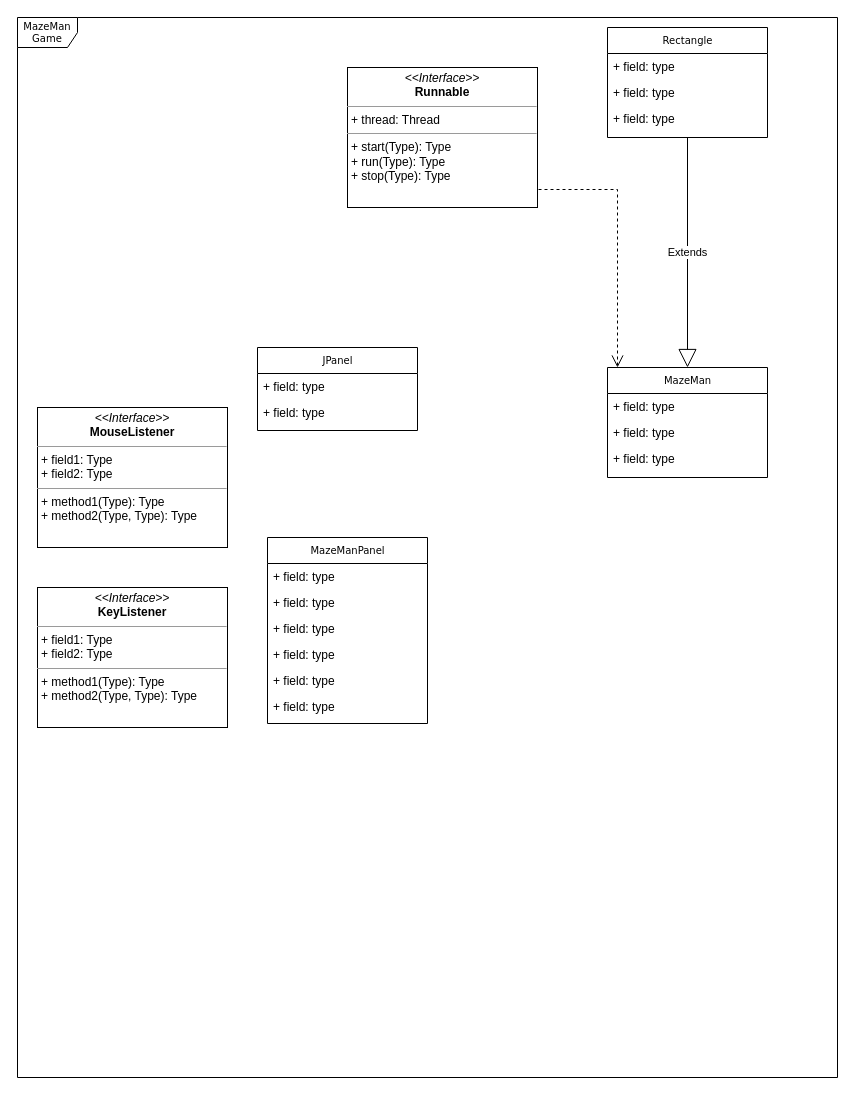
The draw.io diagram docs/PacManStart Diagram.drawio in reddign/emcs-database, before the edit. Source tidied: cells renumbered, new cells numbered last; positions are measured from the earlier drawing's top-left corner, leaving out a move shared by most shapes. Both pictures are drawn from the tidied source at 100%, with x=0, y=0 at pixel (17, 17).
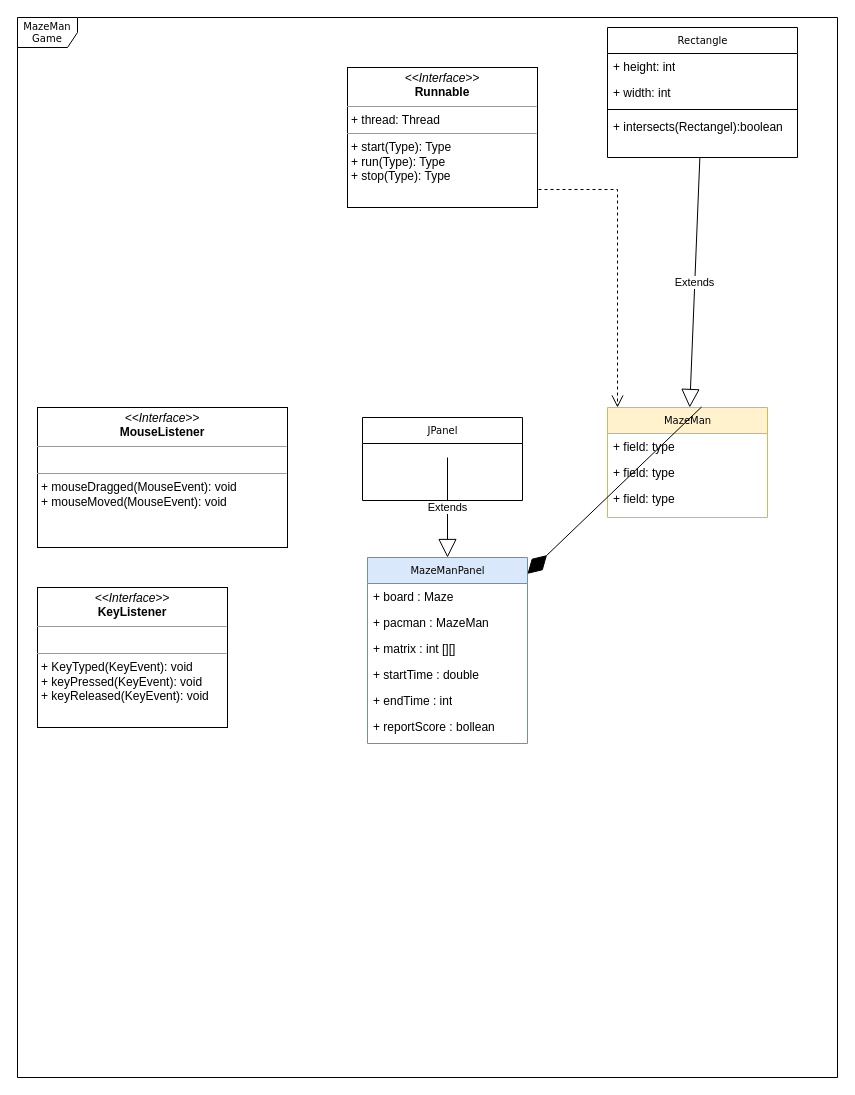
Above is the later version.

The edit, as a diff of the source:
```diff
@@
-    <mxCell id="3" value="MazeManPanel" style="swimlane;html=1;fontStyle=0;horizontal=1;startSize=26;fillColor=none;swimlaneFillColor=#ffffff;rounded=0;shadow=0;comic=0;labelBackgroundColor=none;strokeWidth=1;fontFamily=Verdana;fontSize=10;align=center;" parent="1" vertex="1">
-      <mxGeometry x="250" y="520" width="160" height="186" as="geometry" />
+    <mxCell id="3" value="MazeManPanel" style="swimlane;html=1;fontStyle=0;horizontal=1;startSize=26;fillColor=#dae8fc;swimlaneFillColor=#ffffff;rounded=0;shadow=0;comic=0;labelBackgroundColor=none;strokeWidth=1;fontFamily=Verdana;fontSize=10;align=center;strokeColor=#6c8ebf;" parent="1" vertex="1">
+      <mxGeometry x="350" y="540" width="160" height="186" as="geometry" />
     </mxCell>
-    <mxCell id="4" value="+ field: type" style="text;html=1;strokeColor=none;fillColor=none;align=left;verticalAlign=top;spacingLeft=4;spacingRight=4;whiteSpace=wrap;overflow=hidden;" parent="3" vertex="1">
+    <mxCell id="4" value="+ board : Maze" style="text;html=1;strokeColor=none;fillColor=none;align=left;verticalAlign=top;spacingLeft=4;spacingRight=4;whiteSpace=wrap;overflow=hidden;" parent="3" vertex="1">
       <mxGeometry y="26" width="160" height="26" as="geometry" />
     </mxCell>
-    <mxCell id="5" value="+ field: type" style="text;html=1;strokeColor=none;fillColor=none;align=left;verticalAlign=top;spacingLeft=4;spacingRight=4;whiteSpace=wrap;overflow=hidden;" parent="3" vertex="1">
+    <mxCell id="5" value="+ pacman : MazeMan" style="text;html=1;strokeColor=none;fillColor=none;align=left;verticalAlign=top;spacingLeft=4;spacingRight=4;whiteSpace=wrap;overflow=hidden;" parent="3" vertex="1">
       <mxGeometry y="52" width="160" height="26" as="geometry" />
     </mxCell>
-    <mxCell id="6" value="+ field: type" style="text;html=1;strokeColor=none;fillColor=none;align=left;verticalAlign=top;spacingLeft=4;spacingRight=4;whiteSpace=wrap;overflow=hidden;" parent="3" vertex="1">
+    <mxCell id="6" value="+ matrix : int [][]" style="text;html=1;strokeColor=none;fillColor=none;align=left;verticalAlign=top;spacingLeft=4;spacingRight=4;whiteSpace=wrap;overflow=hidden;" parent="3" vertex="1">
       <mxGeometry y="78" width="160" height="26" as="geometry" />
     </mxCell>
-    <mxCell id="7" value="+ field: type" style="text;html=1;strokeColor=none;fillColor=none;align=left;verticalAlign=top;spacingLeft=4;spacingRight=4;whiteSpace=wrap;overflow=hidden;" parent="3" vertex="1">
+    <mxCell id="7" value="+ startTime : double" style="text;html=1;strokeColor=none;fillColor=none;align=left;verticalAlign=top;spacingLeft=4;spacingRight=4;whiteSpace=wrap;overflow=hidden;" parent="3" vertex="1">
       <mxGeometry y="104" width="160" height="26" as="geometry" />
     </mxCell>
-    <mxCell id="8" value="+ field: type" style="text;html=1;strokeColor=none;fillColor=none;align=left;verticalAlign=top;spacingLeft=4;spacingRight=4;whiteSpace=wrap;overflow=hidden;" parent="3" vertex="1">
+    <mxCell id="8" value="+ endTime : int" style="text;html=1;strokeColor=none;fillColor=none;align=left;verticalAlign=top;spacingLeft=4;spacingRight=4;whiteSpace=wrap;overflow=hidden;" parent="3" vertex="1">
       <mxGeometry y="130" width="160" height="26" as="geometry" />
     </mxCell>
-    <mxCell id="9" value="+ field: type" style="text;html=1;strokeColor=none;fillColor=none;align=left;verticalAlign=top;spacingLeft=4;spacingRight=4;whiteSpace=wrap;overflow=hidden;" parent="3" vertex="1">
+    <mxCell id="9" value="+ reportScore : bollean" style="text;html=1;strokeColor=none;fillColor=none;align=left;verticalAlign=top;spacingLeft=4;spacingRight=4;whiteSpace=wrap;overflow=hidden;" parent="3" vertex="1">
       <mxGeometry y="156" width="160" height="26" as="geometry" />
     </mxCell>
     <mxCell id="10" value="Rectangle" style="swimlane;html=1;fontStyle=0;horizontal=1;startSize=26;fillColor=none;swimlaneFillColor=#ffffff;rounded=0;shadow=0;comic=0;labelBackgroundColor=none;strokeWidth=1;fontFamily=Verdana;fontSize=10;align=center;" parent="1" vertex="1">
-      <mxGeometry x="590" y="10" width="160" height="110" as="geometry" />
+      <mxGeometry x="590" y="10" width="190" height="130" as="geometry" />
     </mxCell>
-    <mxCell id="11" value="+ field: type" style="text;html=1;strokeColor=none;fillColor=none;align=left;verticalAlign=top;spacingLeft=4;spacingRight=4;whiteSpace=wrap;overflow=hidden;" parent="10" vertex="1">
-      <mxGeometry y="26" width="160" height="26" as="geometry" />
+    <mxCell id="11" value="+ height: int" style="text;html=1;strokeColor=none;fillColor=none;align=left;verticalAlign=top;spacingLeft=4;spacingRight=4;whiteSpace=wrap;overflow=hidden;" parent="10" vertex="1">
+      <mxGeometry y="26" width="190" height="26" as="geometry" />
     </mxCell>
-    <mxCell id="12" value="+ field: type" style="text;html=1;strokeColor=none;fillColor=none;align=left;verticalAlign=top;spacingLeft=4;spacingRight=4;whiteSpace=wrap;overflow=hidden;" parent="10" vertex="1">
-      <mxGeometry y="52" width="160" height="26" as="geometry" />
+    <mxCell id="12" value="+ width: int" style="text;html=1;strokeColor=none;fillColor=none;align=left;verticalAlign=top;spacingLeft=4;spacingRight=4;whiteSpace=wrap;overflow=hidden;" parent="10" vertex="1">
+      <mxGeometry y="52" width="190" height="26" as="geometry" />
     </mxCell>
+    <mxCell id="26" style="line;strokeWidth=1;fillColor=none;align=left;verticalAlign=middle;spacingTop=-1;spacingLeft=3;spacingRight=3;labelPosition=right;strokeColor=inherit;" parent="10" vertex="1">
+      <mxGeometry y="78" width="190" height="8" as="geometry" />
+    </mxCell>
-    <mxCell id="13" value="+ field: type" style="text;html=1;strokeColor=none;fillColor=none;align=left;verticalAlign=top;spacingLeft=4;spacingRight=4;whiteSpace=wrap;overflow=hidden;" parent="10" vertex="1">
-      <mxGeometry y="78" width="160" height="26" as="geometry" />
+    <mxCell id="13" value="+ intersects(Rectangel):boolean" style="text;html=1;strokeColor=none;fillColor=none;align=left;verticalAlign=top;spacingLeft=4;spacingRight=4;whiteSpace=wrap;overflow=hidden;" parent="10" vertex="1">
+      <mxGeometry y="86" width="190" height="26" as="geometry" />
     </mxCell>
-    <mxCell id="14" value="MazeMan" style="swimlane;html=1;fontStyle=0;horizontal=1;startSize=26;fillColor=none;swimlaneFillColor=#ffffff;rounded=0;shadow=0;comic=0;labelBackgroundColor=none;strokeWidth=1;fontFamily=Verdana;fontSize=10;align=center;" parent="1" vertex="1">
-      <mxGeometry x="590" y="350" width="160" height="110" as="geometry" />
+    <mxCell id="14" value="MazeMan" style="swimlane;html=1;fontStyle=0;horizontal=1;startSize=26;fillColor=#fff2cc;swimlaneFillColor=#ffffff;rounded=0;shadow=0;comic=0;labelBackgroundColor=none;strokeWidth=1;fontFamily=Verdana;fontSize=10;align=center;strokeColor=#d6b656;" parent="1" vertex="1">
+      <mxGeometry x="590" y="390" width="160" height="110" as="geometry" />
     </mxCell>
@@
     <mxCell id="18" value="JPanel" style="swimlane;html=1;fontStyle=0;horizontal=1;startSize=26;fillColor=none;swimlaneFillColor=#ffffff;rounded=0;shadow=0;comic=0;labelBackgroundColor=none;strokeWidth=1;fontFamily=Verdana;fontSize=10;align=center;" parent="1" vertex="1">
-      <mxGeometry x="240" y="330" width="160" height="83" as="geometry" />
+      <mxGeometry x="345" y="400" width="160" height="83" as="geometry" />
     </mxCell>
-    <mxCell id="19" value="+ field: type" style="text;html=1;strokeColor=none;fillColor=none;align=left;verticalAlign=top;spacingLeft=4;spacingRight=4;whiteSpace=wrap;overflow=hidden;" parent="18" vertex="1">
-      <mxGeometry y="26" width="160" height="26" as="geometry" />
-    </mxCell>
-    <mxCell id="20" value="+ field: type" style="text;html=1;strokeColor=none;fillColor=none;align=left;verticalAlign=top;spacingLeft=4;spacingRight=4;whiteSpace=wrap;overflow=hidden;" parent="18" vertex="1">
-      <mxGeometry y="52" width="160" height="26" as="geometry" />
-    </mxCell>
-    <mxCell id="21" value="&lt;p style=&quot;margin:0px;margin-top:4px;text-align:center;&quot;&gt;&lt;i&gt;&amp;lt;&amp;lt;Interface&amp;gt;&amp;gt;&lt;/i&gt;&lt;br&gt;&lt;b&gt;KeyListener&lt;/b&gt;&lt;/p&gt;&lt;hr size=&quot;1&quot;&gt;&lt;p style=&quot;margin:0px;margin-left:4px;&quot;&gt;+ field1: Type&lt;br&gt;+ field2: Type&lt;/p&gt;&lt;hr size=&quot;1&quot;&gt;&lt;p style=&quot;margin:0px;margin-left:4px;&quot;&gt;+ method1(Type): Type&lt;br&gt;+ method2(Type, Type): Type&lt;/p&gt;" style="verticalAlign=top;align=left;overflow=fill;fontSize=12;fontFamily=Helvetica;html=1;rounded=0;shadow=0;comic=0;labelBackgroundColor=none;strokeWidth=1;" parent="1" vertex="1">
+    <mxCell id="21" value="&lt;p style=&quot;margin:0px;margin-top:4px;text-align:center;&quot;&gt;&lt;i&gt;&amp;lt;&amp;lt;Interface&amp;gt;&amp;gt;&lt;/i&gt;&lt;br&gt;&lt;b&gt;KeyListener&lt;/b&gt;&lt;/p&gt;&lt;hr size=&quot;1&quot;&gt;&lt;p style=&quot;margin:0px;margin-left:4px;&quot;&gt;&lt;br&gt;&lt;/p&gt;&lt;hr size=&quot;1&quot;&gt;&lt;p style=&quot;margin:0px;margin-left:4px;&quot;&gt;+ KeyTyped(KeyEvent): void&lt;br&gt;+ keyPressed(KeyEvent): void&lt;/p&gt;&lt;p style=&quot;margin:0px;margin-left:4px;&quot;&gt;+ keyReleased(KeyEvent): void&lt;br&gt;&lt;/p&gt;" style="verticalAlign=top;align=left;overflow=fill;fontSize=12;fontFamily=Helvetica;html=1;rounded=0;shadow=0;comic=0;labelBackgroundColor=none;strokeWidth=1;" parent="1" vertex="1">
       <mxGeometry x="20" y="570" width="190" height="140" as="geometry" />
     </mxCell>
-    <mxCell id="22" value="&lt;p style=&quot;margin:0px;margin-top:4px;text-align:center;&quot;&gt;&lt;i&gt;&amp;lt;&amp;lt;Interface&amp;gt;&amp;gt;&lt;/i&gt;&lt;br&gt;&lt;b&gt;MouseListener&lt;/b&gt;&lt;/p&gt;&lt;hr size=&quot;1&quot;&gt;&lt;p style=&quot;margin:0px;margin-left:4px;&quot;&gt;+ field1: Type&lt;br&gt;+ field2: Type&lt;/p&gt;&lt;hr size=&quot;1&quot;&gt;&lt;p style=&quot;margin:0px;margin-left:4px;&quot;&gt;+ method1(Type): Type&lt;br&gt;+ method2(Type, Type): Type&lt;/p&gt;" style="verticalAlign=top;align=left;overflow=fill;fontSize=12;fontFamily=Helvetica;html=1;rounded=0;shadow=0;comic=0;labelBackgroundColor=none;strokeWidth=1;" parent="1" vertex="1">
-      <mxGeometry x="20" y="390" width="190" height="140" as="geometry" />
+    <mxCell id="22" value="&lt;p style=&quot;margin:0px;margin-top:4px;text-align:center;&quot;&gt;&lt;i&gt;&amp;lt;&amp;lt;Interface&amp;gt;&amp;gt;&lt;/i&gt;&lt;br&gt;&lt;b&gt;MouseListener&lt;/b&gt;&lt;/p&gt;&lt;hr size=&quot;1&quot;&gt;&lt;p style=&quot;margin:0px;margin-left:4px;&quot;&gt;&lt;br&gt;&lt;/p&gt;&lt;hr size=&quot;1&quot;&gt;&lt;p style=&quot;margin:0px;margin-left:4px;&quot;&gt;+ mouseDragged(MouseEvent): void&lt;br&gt;+ mouseMoved(MouseEvent): void&lt;/p&gt;" style="verticalAlign=top;align=left;overflow=fill;fontSize=12;fontFamily=Helvetica;html=1;rounded=0;shadow=0;comic=0;labelBackgroundColor=none;strokeWidth=1;" parent="1" vertex="1">
+      <mxGeometry x="20" y="390" width="250" height="140" as="geometry" />
     </mxCell>
@@
+    <mxCell id="27" value="Extends" style="endArrow=block;endSize=16;endFill=0;html=1;rounded=0;" parent="1" edge="1" target="3">
+      <mxGeometry relative="1" as="geometry">
+        <mxPoint x="430" y="440" as="sourcePoint" />
+      </mxGeometry>
+    </mxCell>
+    <mxCell id="28" style="endArrow=diamondThin;endFill=1;endSize=24;html=1;rounded=0;exitX=0.588;exitY=-0.005;exitDx=0;exitDy=0;exitPerimeter=0;" parent="1" edge="1" source="14" target="3">
+      <mxGeometry relative="1" as="geometry" />
+    </mxCell>
```
